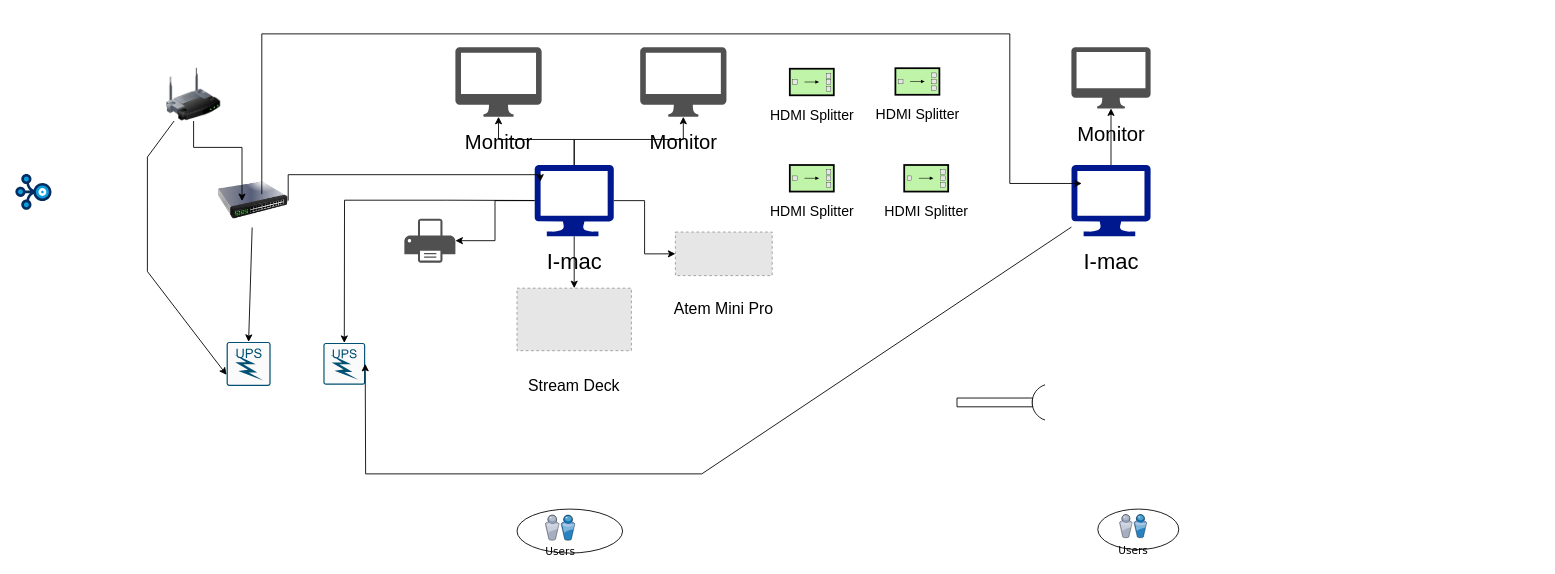
The draw.io diagram Church Streaming Diagram.drawio in Prince-K-Ado/ChurchStreaming, before the edit. Source tidied: cells renumbered, new cells numbered last; positions are measured from the earlier drawing's top-left corner, leaving out a move shared by most shapes. Both pictures are drawn from the tidied source at 88%, with x=0, y=0 at pixel (15, 33). Pictures stored in the file or linked from it are replaced by grey dashed boxes.
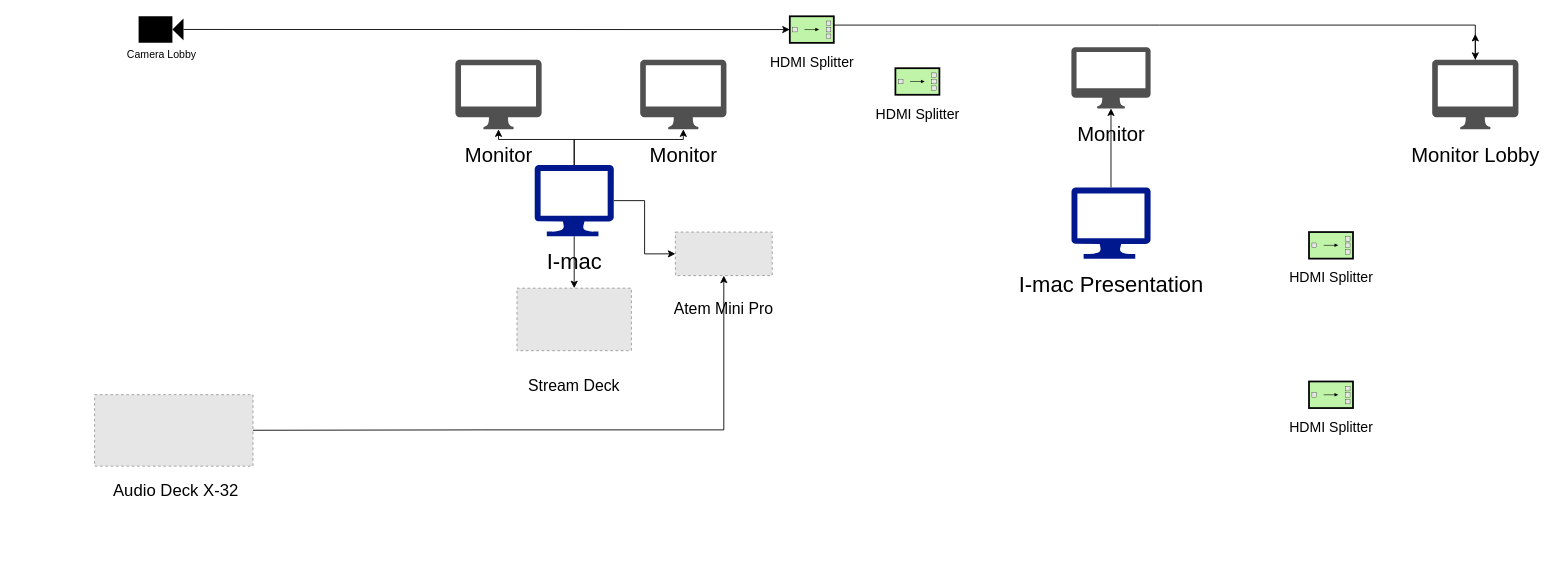
Above is the later version.

Unchanged cells that the change refers to:
```xml
<mxCell id="9" value="&lt;p style=&quot;line-height: 170%;&quot;&gt;&lt;font style=&quot;font-size: 25px;&quot;&gt;I-mac&lt;/font&gt;&lt;/p&gt;" style="sketch=0;shadow=0;dashed=0;html=1;strokeColor=none;labelPosition=center;verticalLabelPosition=bottom;verticalAlign=top;align=center;fillColor=#00188D;shape=mxgraph.azure.computer;" parent="1" vertex="1">
  <mxGeometry x="590" y="149" width="90" height="81" as="geometry" />
</mxCell>
<mxCell id="21" value="Atem Mini Pro" style="fillColor=#E6E6E6;strokeColor=#999999;dashed=1;verticalLabelPosition=bottom;verticalAlign=top;spacing=22;fontSize=18;" parent="1" vertex="1">
  <mxGeometry x="750" y="225.2" width="110" height="49.5" as="geometry" />
</mxCell>
```

Change to the diagram source:
```diff
@@
-    <mxCell id="2" style="image;html=1;image=img/lib/clip_art/networking/Wireless_Router_128x128.png;" parent="1" vertex="1">
-      <mxGeometry x="165" y="39" width="75" height="60" as="geometry" />
-    </mxCell>
-    <mxCell id="3" style="verticalLabelPosition=bottom;html=1;shape=mxgraph.salesforce.stream;" parent="1" vertex="1">
-      <mxGeometry y="159" width="41" height="41" as="geometry" />
-    </mxCell>
@@
-    <mxCell id="6" style="edgeStyle=orthogonalEdgeStyle;rounded=0;jettySize=auto;html=1;" parent="1" edge="1" source="9" target="20">
-      <mxGeometry relative="1" as="geometry" />
-    </mxCell>
@@
-    <mxCell id="10" style="group;" parent="1" vertex="1">
-      <mxGeometry x="1230" y="540" width="92" height="46" as="geometry" />
-    </mxCell>
-    <mxCell id="11" style="ellipse;whiteSpace=wrap;html=1;rounded=0;shadow=0;comic=0;strokeWidth=1;fontFamily=Verdana;" parent="10" vertex="1">
-      <mxGeometry width="92" height="46" as="geometry" />
-    </mxCell>
-    <mxCell id="12" value="Users" style="verticalLabelPosition=bottom;html=1;verticalAlign=top;strokeColor=none;shape=mxgraph.citrix.users;rounded=0;shadow=0;comic=0;fontFamily=Verdana;" parent="10" vertex="1">
-      <mxGeometry x="24.6" y="6.2" width="30.9" height="26.4" as="geometry" />
-    </mxCell>
-    <mxCell id="13" style="group;" parent="1" vertex="1">
-      <mxGeometry x="570" y="540" width="120" height="50" as="geometry" />
-    </mxCell>
-    <mxCell id="14" style="ellipse;whiteSpace=wrap;html=1;rounded=0;shadow=0;comic=0;strokeWidth=1;fontFamily=Verdana;" parent="13" vertex="1">
-      <mxGeometry width="120" height="50" as="geometry" />
-    </mxCell>
-    <mxCell id="15" value="Users" style="verticalLabelPosition=bottom;html=1;verticalAlign=top;strokeColor=none;shape=mxgraph.citrix.users;rounded=0;shadow=0;comic=0;fontFamily=Verdana;" parent="13" vertex="1">
-      <mxGeometry x="32.1" y="6.8" width="33.6" height="28.6" as="geometry" />
-    </mxCell>
-    <mxCell id="16" style="verticalLabelPosition=bottom;shadow=0;dashed=0;align=center;html=1;verticalAlign=top;shape=mxgraph.electrical.miscellaneous.adapter;" parent="1" vertex="1">
-      <mxGeometry x="1070" y="398.8" width="100" height="40" as="geometry" />
-    </mxCell>
     <mxCell id="17" value="&lt;p style=&quot;line-height: 170%;&quot;&gt;&lt;font style=&quot;font-size: 23px;&quot;&gt;Monitor&lt;/font&gt;&lt;/p&gt;" style="sketch=0;shadow=0;dashed=0;html=1;strokeColor=none;fillColor=#505050;labelPosition=center;verticalLabelPosition=bottom;verticalAlign=top;outlineConnect=0;align=center;shape=mxgraph.office.devices.mac_client;" parent="1" vertex="1">
-      <mxGeometry x="500" y="15.2" width="98" height="79" as="geometry" />
+      <mxGeometry x="500" y="29.5" width="98" height="79" as="geometry" />
     </mxCell>
-    <mxCell id="18" style="sketch=0;points=[[0.015,0.015,0],[0.985,0.015,0],[0.985,0.985,0],[0.015,0.985,0],[0.25,0,0],[0.5,0,0],[0.75,0,0],[1,0.25,0],[1,0.5,0],[1,0.75,0],[0.75,1,0],[0.5,1,0],[0.25,1,0],[0,0.75,0],[0,0.5,0],[0,0.25,0]];verticalLabelPosition=bottom;html=1;verticalAlign=top;align=center;shape=mxgraph.cisco19.rect;prIcon=ups;fillColor=#FAFAFA;strokeColor=#005073;" parent="1" vertex="1">
-      <mxGeometry x="350" y="351.2" width="47.5" height="47.5" as="geometry" />
-    </mxCell>
-    <mxCell id="19" style="sketch=0;points=[[0.015,0.015,0],[0.985,0.015,0],[0.985,0.985,0],[0.015,0.985,0],[0.25,0,0],[0.5,0,0],[0.75,0,0],[1,0.25,0],[1,0.5,0],[1,0.75,0],[0.75,1,0],[0.5,1,0],[0.25,1,0],[0,0.75,0],[0,0.5,0],[0,0.25,0]];verticalLabelPosition=bottom;html=1;verticalAlign=top;align=center;shape=mxgraph.cisco19.rect;prIcon=ups;fillColor=#FAFAFA;strokeColor=#005073;" parent="1" vertex="1">
-      <mxGeometry x="240" y="350" width="50" height="50" as="geometry" />
-    </mxCell>
-    <mxCell id="20" style="sketch=0;shadow=0;dashed=0;html=1;strokeColor=none;fillColor=#505050;labelPosition=center;verticalLabelPosition=bottom;verticalAlign=top;outlineConnect=0;align=center;shape=mxgraph.office.devices.printer;" parent="1" vertex="1">
-      <mxGeometry x="442" y="210" width="58" height="50" as="geometry" />
-    </mxCell>
@@
-    <mxCell id="23" style="image;html=1;image=img/lib/clip_art/networking/Switch_128x128.png;" parent="1" vertex="1">
-      <mxGeometry x="230" y="159" width="80" height="61" as="geometry" />
-    </mxCell>
@@
-    <mxCell id="26" value="&lt;p style=&quot;line-height: 170%;&quot;&gt;&lt;font style=&quot;font-size: 25px;&quot;&gt;I-mac&lt;/font&gt;&lt;/p&gt;" style="sketch=0;shadow=0;dashed=0;html=1;strokeColor=none;labelPosition=center;verticalLabelPosition=bottom;verticalAlign=top;align=center;fillColor=#00188D;shape=mxgraph.azure.computer;" parent="1" vertex="1">
-      <mxGeometry x="1200" y="149" width="90" height="81" as="geometry" />
+    <mxCell id="26" value="&lt;p style=&quot;line-height: 170%;&quot;&gt;&lt;font style=&quot;font-size: 25px;&quot;&gt;I-mac Presentation&lt;/font&gt;&lt;/p&gt;&lt;p style=&quot;line-height: 170%;&quot;&gt;&lt;font style=&quot;font-size: 25px;&quot;&gt;&lt;br&gt;&lt;/font&gt;&lt;/p&gt;" style="sketch=0;shadow=0;dashed=0;html=1;strokeColor=none;labelPosition=center;verticalLabelPosition=bottom;verticalAlign=top;align=center;fillColor=#00188D;shape=mxgraph.azure.computer;" parent="1" vertex="1">
+      <mxGeometry x="1200" y="174.5" width="90" height="81" as="geometry" />
     </mxCell>
     <mxCell id="27" value="&lt;p style=&quot;line-height: 170%;&quot;&gt;&lt;font style=&quot;font-size: 23px;&quot;&gt;Monitor&lt;/font&gt;&lt;/p&gt;" style="sketch=0;shadow=0;dashed=0;html=1;strokeColor=none;fillColor=#505050;labelPosition=center;verticalLabelPosition=bottom;verticalAlign=top;outlineConnect=0;align=center;shape=mxgraph.office.devices.mac_client;" parent="1" vertex="1">
-      <mxGeometry x="710" y="15.2" width="98" height="79" as="geometry" />
+      <mxGeometry x="710" y="29.5" width="98" height="79" as="geometry" />
     </mxCell>
@@
-    <mxCell id="29" style="edgeStyle=orthogonalEdgeStyle;rounded=0;jettySize=auto;html=1;entryX=0.344;entryY=0.508;entryDx=0;entryDy=0;entryPerimeter=0;" parent="1" edge="1" source="2" target="23">
-      <mxGeometry relative="1" as="geometry" />
-    </mxCell>
-    <mxCell id="30" style="edgeStyle=orthogonalEdgeStyle;rounded=0;jettySize=auto;html=1;entryX=0.071;entryY=0.233;entryDx=0;entryDy=0;entryPerimeter=0;exitX=1;exitY=0.5;exitDx=0;exitDy=0;" parent="1" edge="1" source="23" target="9">
-      <mxGeometry relative="1" as="geometry">
-        <Array as="points">
-          <mxPoint x="310" y="160" />
-          <mxPoint x="596" y="160" />
-        </Array>
-      </mxGeometry>
-    </mxCell>
-    <mxCell id="31" style="edgeStyle=orthogonalEdgeStyle;rounded=0;orthogonalLoop=1;jettySize=auto;html=1;exitX=0.5;exitY=1;exitDx=0;exitDy=0;entryX=0.02;entryY=0.727;entryDx=0;entryDy=0;entryPerimeter=0;" parent="1" edge="1">
-      <mxGeometry relative="1" as="geometry">
-        <mxPoint x="280" y="182.1" as="sourcePoint" />
-        <mxPoint x="1211.8" y="170" as="targetPoint" />
-        <Array as="points">
-          <mxPoint x="280" />
-          <mxPoint x="1130" />
-          <mxPoint x="1130" y="170" />
-        </Array>
-      </mxGeometry>
-    </mxCell>
     <mxCell id="32" value="&lt;p style=&quot;line-height: 200%;&quot;&gt;&lt;span style=&quot;font-size: 16px;&quot;&gt;HDMI Splitter&lt;/span&gt;&lt;br&gt;&lt;/p&gt;" style="html=1;strokeWidth=2;outlineConnect=0;dashed=0;align=center;fontSize=8;fillColor=#c0f5a9;verticalLabelPosition=bottom;verticalAlign=top;shape=mxgraph.eip.splitter;" parent="1" vertex="1">
-      <mxGeometry x="880" y="39.6" width="50" height="30.2" as="geometry" />
+      <mxGeometry x="1470" y="395" width="50" height="30.2" as="geometry" />
     </mxCell>
-    <mxCell id="33" value="&lt;p style=&quot;line-height: 200%;&quot;&gt;&lt;span style=&quot;font-size: 16px;&quot;&gt;HDMI Splitter&lt;/span&gt;&lt;br&gt;&lt;/p&gt;" style="html=1;strokeWidth=2;outlineConnect=0;dashed=0;align=center;fontSize=8;fillColor=#c0f5a9;verticalLabelPosition=bottom;verticalAlign=top;shape=mxgraph.eip.splitter;" parent="1" vertex="1">
-      <mxGeometry x="1010" y="149" width="50" height="30.2" as="geometry" />
-    </mxCell>
@@
     <mxCell id="35" value="&lt;p style=&quot;line-height: 200%;&quot;&gt;&lt;span style=&quot;font-size: 16px;&quot;&gt;HDMI Splitter&lt;/span&gt;&lt;br&gt;&lt;/p&gt;" style="html=1;strokeWidth=2;dashed=0;align=center;fontSize=8;fillColor=#c0f5a9;verticalLabelPosition=bottom;verticalAlign=top;shape=mxgraph.eip.splitter;" parent="1" vertex="1">
-      <mxGeometry x="880" y="149" width="50" height="30.2" as="geometry" />
+      <mxGeometry x="1470" y="225.2" width="50" height="30.2" as="geometry" />
     </mxCell>
-    <mxCell id="36" style="edgeStyle=none;rounded=0;jettySize=auto;html=1;entryX=0;entryY=0.75;entryDx=0;entryDy=0;entryPerimeter=0;" parent="1" edge="1" source="2" target="19">
-      <mxGeometry relative="1" as="geometry">
-        <Array as="points">
-          <mxPoint x="150" y="140" />
-          <mxPoint x="150" y="190" />
-          <mxPoint x="150" y="270" />
-        </Array>
-      </mxGeometry>
-    </mxCell>
-    <mxCell id="37" style="edgeStyle=none;rounded=0;jettySize=auto;html=1;entryX=0.5;entryY=0;entryDx=0;entryDy=0;entryPerimeter=0;" parent="1" edge="1" source="23" target="19">
-      <mxGeometry relative="1" as="geometry" />
-    </mxCell>
-    <mxCell id="38" style="edgeStyle=none;rounded=0;jettySize=auto;html=1;entryX=0.5;entryY=0;entryDx=0;entryDy=0;entryPerimeter=0;" parent="1" edge="1" source="9" target="18">
-      <mxGeometry relative="1" as="geometry">
-        <Array as="points">
-          <mxPoint x="490" y="189" />
-          <mxPoint x="374" y="189" />
-        </Array>
-      </mxGeometry>
-    </mxCell>
-    <mxCell id="39" style="edgeStyle=none;rounded=0;jettySize=auto;html=1;entryX=1;entryY=0.5;entryDx=0;entryDy=0;entryPerimeter=0;" parent="1" edge="1" source="26" target="18">
-      <mxGeometry relative="1" as="geometry">
-        <Array as="points">
-          <mxPoint x="780" y="500" />
-          <mxPoint x="398" y="500" />
-        </Array>
-      </mxGeometry>
-    </mxCell>
+    <mxCell id="40" style="edgeStyle=none;rounded=0;jettySize=auto;html=1;entryX=0.5;entryY=1;entryDx=0;entryDy=0;" parent="1" edge="1" source="41" target="21">
+      <mxGeometry relative="1" as="geometry">
+        <Array as="points">
+          <mxPoint x="530" y="450" />
+          <mxPoint x="805" y="450" />
+        </Array>
+      </mxGeometry>
+    </mxCell>
+    <mxCell id="41" value=" Audio Deck X-32" style="fillColor=#E6E6E6;strokeColor=#999999;dashed=1;verticalLabelPosition=bottom;verticalAlign=top;fontSize=19;spacing=11;" parent="1" vertex="1">
+      <mxGeometry x="90" y="410" width="180" height="81.2" as="geometry" />
+    </mxCell>
+    <mxCell id="42" style="edgeStyle=none;rounded=0;jettySize=auto;html=1;" parent="1" edge="1" source="33" target="45">
+      <mxGeometry relative="1" as="geometry">
+        <Array as="points">
+          <mxPoint x="930" y="-10" />
+          <mxPoint x="1300" y="-10" />
+          <mxPoint x="1659" y="-10" />
+        </Array>
+      </mxGeometry>
+    </mxCell>
+    <mxCell id="43" value="Camera Lobby&lt;div&gt;&lt;br&gt;&lt;/div&gt;" style="shape=mxgraph.signs.tech.video_camera;html=1;fillColor=#000000;strokeColor=none;verticalLabelPosition=bottom;verticalAlign=top;align=center;" parent="1" vertex="1">
+      <mxGeometry x="140" y="-20" width="51" height="30" as="geometry" />
+    </mxCell>
+    <mxCell id="44" style="edgeStyle=none;rounded=0;jettySize=auto;html=1;" parent="1" edge="1" source="45">
+      <mxGeometry relative="1" as="geometry">
+        <mxPoint x="1659" as="targetPoint" />
+      </mxGeometry>
+    </mxCell>
+    <mxCell id="45" value="&lt;p style=&quot;line-height: 170%;&quot;&gt;&lt;font style=&quot;font-size: 23px;&quot;&gt;Monitor Lobby&lt;/font&gt;&lt;/p&gt;" style="sketch=0;shadow=0;dashed=0;html=1;strokeColor=none;fillColor=#505050;labelPosition=center;verticalLabelPosition=bottom;verticalAlign=top;outlineConnect=0;align=center;shape=mxgraph.office.devices.mac_client;" parent="1" vertex="1">
+      <mxGeometry x="1610" y="29.5" width="98" height="79" as="geometry" />
+    </mxCell>
+    <mxCell id="46" style="edgeStyle=none;rounded=0;jettySize=auto;html=1;" parent="1" edge="1" source="43" target="33">
+      <mxGeometry relative="1" as="geometry" />
+    </mxCell>
+    <mxCell id="33" value="&lt;p style=&quot;line-height: 200%;&quot;&gt;&lt;span style=&quot;font-size: 16px;&quot;&gt;HDMI Splitter&lt;/span&gt;&lt;br&gt;&lt;/p&gt;" style="html=1;strokeWidth=2;outlineConnect=0;dashed=0;align=center;fontSize=8;fillColor=#c0f5a9;verticalLabelPosition=bottom;verticalAlign=top;shape=mxgraph.eip.splitter;" parent="1" vertex="1">
+      <mxGeometry x="880" y="-20" width="50" height="30.2" as="geometry" />
+    </mxCell>
+    <mxCell id="47" style="edgeStyle=none;rounded=0;orthogonalLoop=1;jettySize=auto;html=1;exitX=0.5;exitY=1;exitDx=0;exitDy=0;exitPerimeter=0;" parent="1" edge="1" source="32" target="32">
+      <mxGeometry relative="1" as="geometry" />
+    </mxCell>
```
